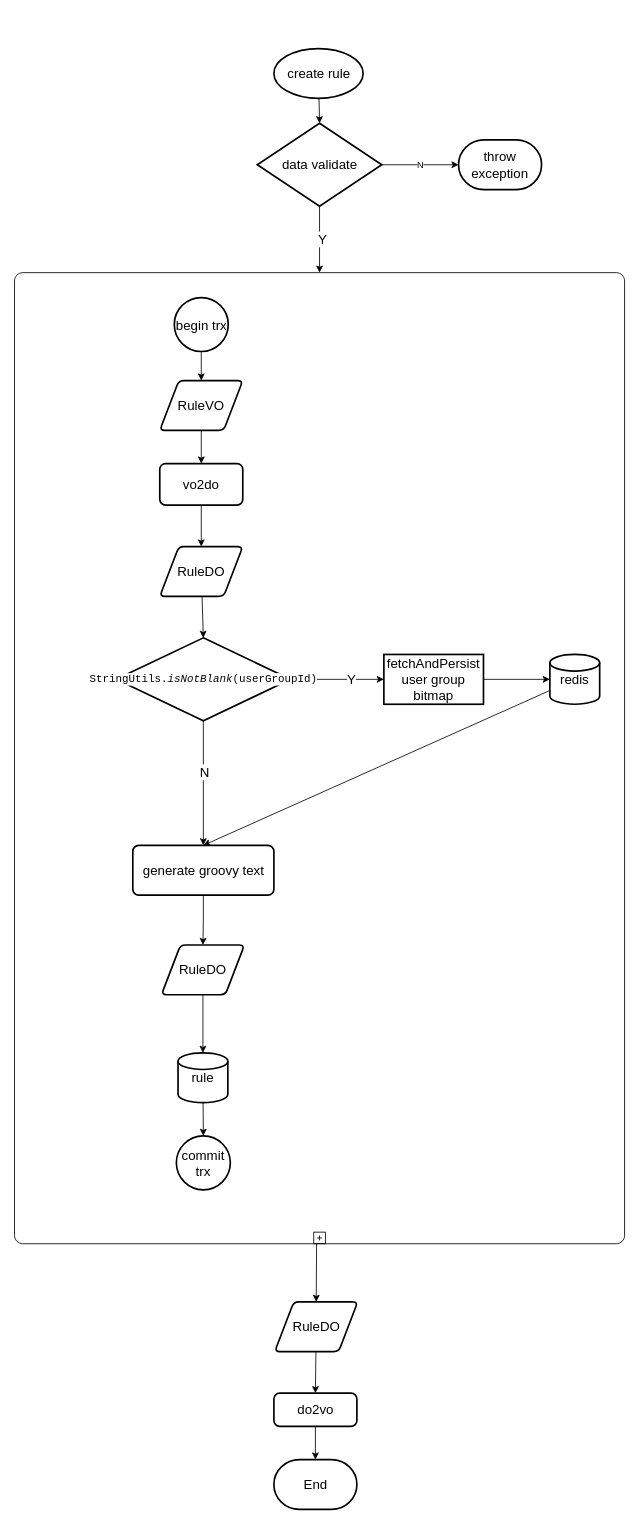
NeverMore93/draw keeps this draw.io diagram as 事件中心/规则创建流程图.drawio. Above is the earlier version. Source tidied: cells renumbered, new cells numbered last; positions are measured from the earlier drawing's top-left corner, leaving out a move shared by most shapes. Both pictures are drawn from the tidied source at 83%, with x=0, y=0 at pixel (14, 48).
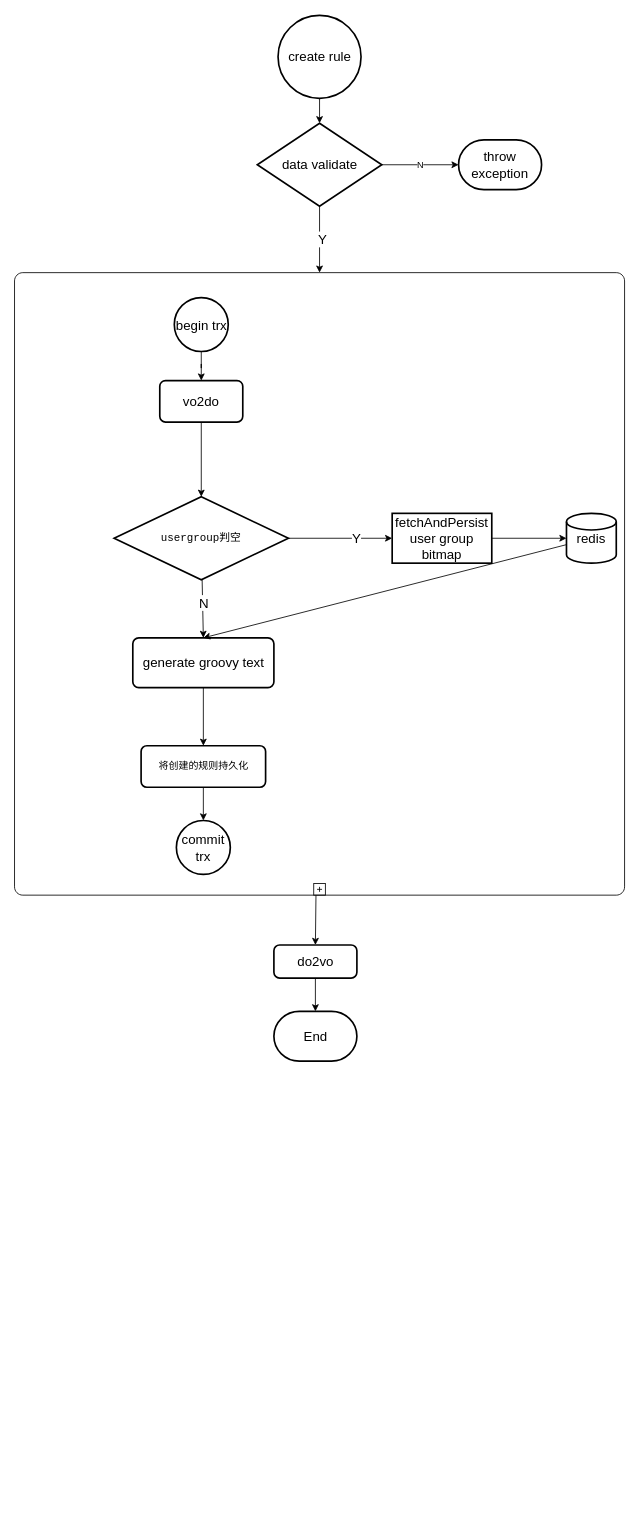
Above is the later version.

Commit message:
更新规则创建流程图.drawio

Unchanged cells that the change refers to:
```xml
<mxCell id="7" value="data validate" style="strokeWidth=2;html=1;shape=mxgraph.flowchart.decision;whiteSpace=wrap;fontSize=16;" parent="1" vertex="1">
  <mxGeometry x="292.5" y="90" width="150" height="100" as="geometry" />
</mxCell>
<mxCell id="15" value="begin trx" style="strokeWidth=2;html=1;shape=mxgraph.flowchart.start_2;whiteSpace=wrap;fontSize=16;" parent="1" vertex="1">
  <mxGeometry x="192.5" y="300" width="65" height="65" as="geometry" />
</mxCell>
```

What changed in the source:
```diff
@@
-    <mxCell id="2" style="rounded=0;jettySize=auto;html=1;entryX=0.5;entryY=0;entryDx=0;entryDy=0;entryPerimeter=0;" parent="1" edge="1" source="3" target="7">
-      <mxGeometry relative="1" as="geometry" />
-    </mxCell>
-    <mxCell id="3" value="create rule" style="strokeWidth=2;html=1;shape=mxgraph.flowchart.start_1;whiteSpace=wrap;fontSize=16;" parent="1" vertex="1">
-      <mxGeometry x="312.5" width="107.5" height="60" as="geometry" />
-    </mxCell>
@@
-    <mxCell id="8" style="edgeStyle=none;rounded=0;jettySize=auto;html=1;entryX=0.5;entryY=0;entryDx=0;entryDy=0;fontSize=16;targetPerimeterSpacing=0;" parent="1" edge="1" source="9" target="28">
+    <mxCell id="8" style="edgeStyle=none;rounded=0;jettySize=auto;html=1;entryX=0.5;entryY=0;entryDx=0;entryDy=0;fontSize=16;targetPerimeterSpacing=0;" parent="1" edge="1" source="9" target="30">
       <mxGeometry relative="1" as="geometry" />
     </mxCell>
     <mxCell id="9" style="points=[[0.25,0,0],[0.5,0,0],[0.75,0,0],[1,0.25,0],[1,0.5,0],[1,0.75,0],[0.75,1,0],[0.5,1,0],[0.25,1,0],[0,0.75,0],[0,0.5,0],[0,0.25,0]];shape=mxgraph.bpmn.task;whiteSpace=wrap;rectStyle=rounded;size=10;html=1;taskMarker=abstract;isLoopSub=1;fontSize=16;" parent="1" vertex="1">
-      <mxGeometry y="270" width="735" height="1170" as="geometry" />
+      <mxGeometry y="270" width="735" height="750" as="geometry" />
     </mxCell>
-    <mxCell id="10" style="edgeStyle=orthogonalEdgeStyle;rounded=0;jettySize=auto;html=1;entryX=0.5;entryY=0;entryDx=0;entryDy=0;fontSize=16;" parent="1" edge="1" source="11" target="17">
+    <mxCell id="10" style="edgeStyle=orthogonalEdgeStyle;rounded=0;jettySize=auto;html=1;entryX=0.5;entryY=0;entryDx=0;entryDy=0;fontSize=16;entryPerimeter=0;" parent="1" edge="1" source="11" target="37">
       <mxGeometry relative="1" as="geometry" />
     </mxCell>
     <mxCell id="11" value="vo2do" style="rounded=1;whiteSpace=wrap;html=1;absoluteArcSize=1;arcSize=14;strokeWidth=2;fontSize=16;" parent="1" vertex="1">
-      <mxGeometry x="175" y="500" width="100" height="50" as="geometry" />
+      <mxGeometry x="175" y="400" width="100" height="50" as="geometry" />
     </mxCell>
-    <mxCell id="12" style="edgeStyle=orthogonalEdgeStyle;rounded=0;jettySize=auto;html=1;fontSize=16;" parent="1" edge="1" source="13" target="11">
-      <mxGeometry relative="1" as="geometry" />
-    </mxCell>
-    <mxCell id="13" value="RuleVO" style="shape=parallelogram;html=1;strokeWidth=2;perimeter=parallelogramPerimeter;whiteSpace=wrap;rounded=1;arcSize=12;size=0.23;fontSize=16;" parent="1" vertex="1">
-      <mxGeometry x="175" y="400" width="100" height="60" as="geometry" />
-    </mxCell>
-    <mxCell id="14" style="edgeStyle=orthogonalEdgeStyle;rounded=0;jettySize=auto;html=1;exitX=0.5;exitY=1;exitDx=0;exitDy=0;exitPerimeter=0;entryX=0.5;entryY=0;entryDx=0;entryDy=0;fontSize=16;" parent="1" edge="1" source="15" target="13">
+    <mxCell id="14" style="edgeStyle=orthogonalEdgeStyle;rounded=0;jettySize=auto;html=1;exitX=0.5;exitY=1;exitDx=0;exitDy=0;exitPerimeter=0;fontSize=16;" parent="1" edge="1" source="15" target="11">
       <mxGeometry relative="1" as="geometry" />
     </mxCell>
@@
-    <mxCell id="16" style="rounded=0;jettySize=auto;html=1;fontSize=16;entryX=0.5;entryY=0;entryDx=0;entryDy=0;entryPerimeter=0;" parent="1" edge="1" source="17" target="37">
-      <mxGeometry relative="1" as="geometry" />
-    </mxCell>
-    <mxCell id="17" value="RuleDO" style="shape=parallelogram;html=1;strokeWidth=2;perimeter=parallelogramPerimeter;whiteSpace=wrap;rounded=1;arcSize=12;size=0.23;fontSize=16;" parent="1" vertex="1">
-      <mxGeometry x="175" y="600" width="100" height="60" as="geometry" />
-    </mxCell>
-    <mxCell id="18" style="edgeStyle=orthogonalEdgeStyle;rounded=0;jettySize=auto;html=1;entryX=0.5;entryY=0;entryDx=0;entryDy=0;fontSize=16;" parent="1" edge="1" source="19" target="23">
+    <mxCell id="18" style="rounded=0;jettySize=auto;html=1;fontSize=16;entryX=0.5;entryY=0;entryDx=0;entryDy=0;" parent="1" edge="1" source="19" target="41">
       <mxGeometry relative="1" as="geometry" />
     </mxCell>
     <mxCell id="19" value="generate groovy text" style="whiteSpace=wrap;html=1;fontSize=16;strokeWidth=2;rounded=1;arcSize=12;" parent="1" vertex="1">
-      <mxGeometry x="142.5" y="960" width="170" height="60" as="geometry" />
+      <mxGeometry x="142.5" y="710" width="170" height="60" as="geometry" />
     </mxCell>
@@
     <mxCell id="21" value="redis" style="strokeWidth=2;html=1;shape=mxgraph.flowchart.database;whiteSpace=wrap;fontSize=16;" parent="1" vertex="1">
-      <mxGeometry x="645" y="730" width="60" height="60" as="geometry" />
+      <mxGeometry x="665" y="560" width="60" height="60" as="geometry" />
     </mxCell>
-    <mxCell id="22" style="edgeStyle=orthogonalEdgeStyle;rounded=0;jettySize=auto;html=1;entryX=0.5;entryY=0;entryDx=0;entryDy=0;entryPerimeter=0;fontSize=16;" parent="1" edge="1" source="23" target="25">
-      <mxGeometry relative="1" as="geometry" />
-    </mxCell>
-    <mxCell id="23" value="RuleDO" style="shape=parallelogram;html=1;strokeWidth=2;perimeter=parallelogramPerimeter;whiteSpace=wrap;rounded=1;arcSize=12;size=0.23;fontSize=16;" parent="1" vertex="1">
-      <mxGeometry x="177" y="1080" width="100" height="60" as="geometry" />
-    </mxCell>
-    <mxCell id="24" style="edgeStyle=none;rounded=0;jettySize=auto;html=1;entryX=0.5;entryY=0;entryDx=0;entryDy=0;entryPerimeter=0;fontSize=16;" parent="1" edge="1" source="25" target="26">
-      <mxGeometry relative="1" as="geometry" />
-    </mxCell>
-    <mxCell id="25" value="rule" style="strokeWidth=2;html=1;shape=mxgraph.flowchart.database;whiteSpace=wrap;fontSize=16;" parent="1" vertex="1">
-      <mxGeometry x="197" y="1210" width="60" height="60" as="geometry" />
-    </mxCell>
     <mxCell id="26" value="commit trx" style="strokeWidth=2;html=1;shape=mxgraph.flowchart.start_2;whiteSpace=wrap;fontSize=16;" parent="1" vertex="1">
-      <mxGeometry x="195" y="1310" width="65" height="65" as="geometry" />
+      <mxGeometry x="195" y="930" width="65" height="65" as="geometry" />
     </mxCell>
-    <mxCell id="27" style="edgeStyle=none;rounded=0;jettySize=auto;html=1;entryX=0.5;entryY=0;entryDx=0;entryDy=0;fontSize=16;targetPerimeterSpacing=0;" parent="1" edge="1" source="28" target="30">
-      <mxGeometry relative="1" as="geometry" />
-    </mxCell>
-    <mxCell id="28" value="RuleDO" style="shape=parallelogram;html=1;strokeWidth=2;perimeter=parallelogramPerimeter;whiteSpace=wrap;rounded=1;arcSize=12;size=0.23;fontSize=16;" parent="1" vertex="1">
-      <mxGeometry x="313.5" y="1510" width="100" height="60" as="geometry" />
-    </mxCell>
@@
     <mxCell id="30" value="do2vo" style="rounded=1;whiteSpace=wrap;html=1;absoluteArcSize=1;arcSize=14;strokeWidth=2;fontSize=16;" parent="1" vertex="1">
-      <mxGeometry x="312.5" y="1620" width="100" height="40" as="geometry" />
+      <mxGeometry x="312.5" y="1080" width="100" height="40" as="geometry" />
     </mxCell>
@@
     <mxCell id="32" value="End" style="strokeWidth=2;html=1;shape=mxgraph.flowchart.terminator;whiteSpace=wrap;fontSize=16;" parent="1" vertex="1">
-      <mxGeometry x="312.5" y="1700" width="100" height="60" as="geometry" />
+      <mxGeometry x="312.5" y="1160" width="100" height="60" as="geometry" />
     </mxCell>
@@
-    <mxCell id="37" value="&lt;pre style=&quot;background-color:#ffffff;color:#080808;font-family:'JetBrains Mono',monospace;font-size:9.8pt;&quot;&gt;&lt;span style=&quot;color:#000000;&quot;&gt;StringUtils&lt;/span&gt;.&lt;span style=&quot;font-style:italic;&quot;&gt;isNotBlank&lt;/span&gt;(&lt;span style=&quot;color:#000000;&quot;&gt;userGroupId&lt;/span&gt;)&lt;/pre&gt;" style="strokeWidth=2;html=1;shape=mxgraph.flowchart.decision;whiteSpace=wrap;fontSize=16;" parent="1" vertex="1">
-      <mxGeometry x="122.5" y="710" width="210" height="100" as="geometry" />
+    <mxCell id="37" value="&lt;pre style=&quot;background-color: rgb(255, 255, 255); font-family: &amp;quot;JetBrains Mono&amp;quot;, monospace; font-size: 9.8pt;&quot;&gt;usergroup判空&lt;/pre&gt;" style="strokeWidth=2;html=1;shape=mxgraph.flowchart.decision;whiteSpace=wrap;fontSize=16;" parent="1" vertex="1">
+      <mxGeometry x="120" y="540" width="210" height="100" as="geometry" />
     </mxCell>
@@
     <mxCell id="39" value="fetchAndPersist user group bitmap" style="whiteSpace=wrap;html=1;fontSize=16;strokeWidth=2;" parent="1" vertex="1">
-      <mxGeometry x="445" y="730" width="120" height="60" as="geometry" />
+      <mxGeometry x="455" y="560" width="120" height="60" as="geometry" />
     </mxCell>
+    <mxCell id="40" style="edgeStyle=none;rounded=0;jettySize=auto;html=1;entryX=0.5;entryY=0;entryDx=0;entryDy=0;entryPerimeter=0;" parent="1" edge="1" source="41" target="26">
+      <mxGeometry relative="1" as="geometry" />
+    </mxCell>
+    <mxCell id="41" value="将创建的规则持久化" style="rounded=1;whiteSpace=wrap;html=1;absoluteArcSize=1;arcSize=14;strokeWidth=2;" parent="1" vertex="1">
+      <mxGeometry x="152.5" y="840" width="150" height="50" as="geometry" />
+    </mxCell>
+    <mxCell id="2" style="edgeStyle=none;rounded=0;jettySize=auto;html=1;entryX=0.5;entryY=0;entryDx=0;entryDy=0;entryPerimeter=0;" parent="1" edge="1" source="3" target="7">
+      <mxGeometry relative="1" as="geometry" />
+    </mxCell>
+    <mxCell id="3" value="&lt;span style=&quot;font-size: 16px;&quot;&gt;create rule&lt;/span&gt;" style="strokeWidth=2;html=1;shape=mxgraph.flowchart.start_2;whiteSpace=wrap;" parent="1" vertex="1">
+      <mxGeometry x="317.5" y="-40" width="100" height="100" as="geometry" />
+    </mxCell>
```
